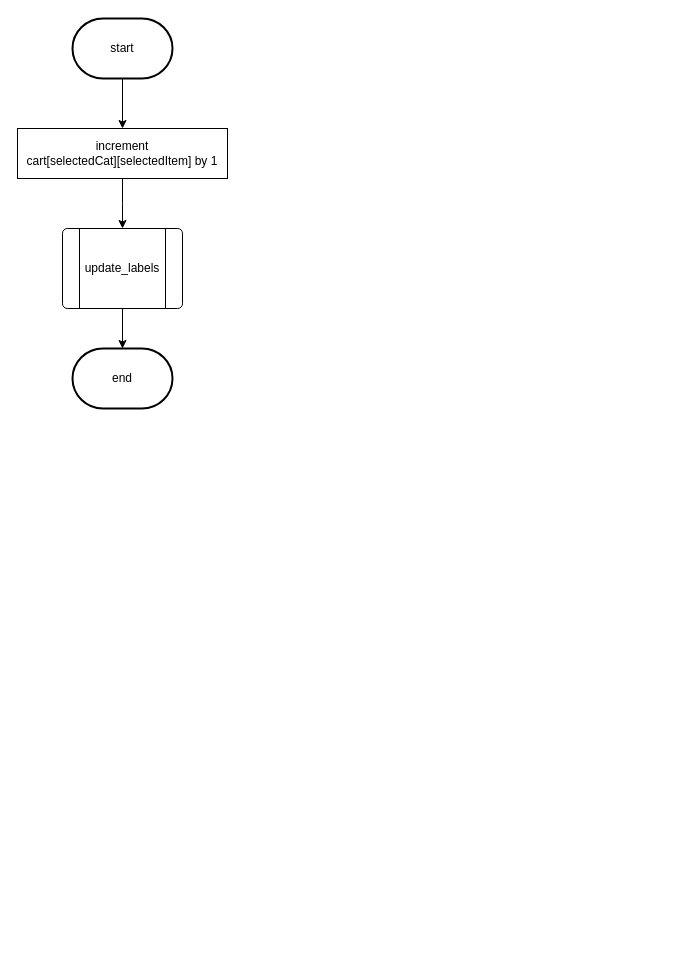
The draw.io diagram plus_subtract_button.drawio in thisisnich/projectFlowCharts, before the edit. Source tidied: cells renumbered, new cells numbered last; positions are measured from the earlier drawing's top-left corner, leaving out a move shared by most shapes. Both pictures are drawn from the tidied source at 100%, with x=0, y=0 at pixel (17, 18).
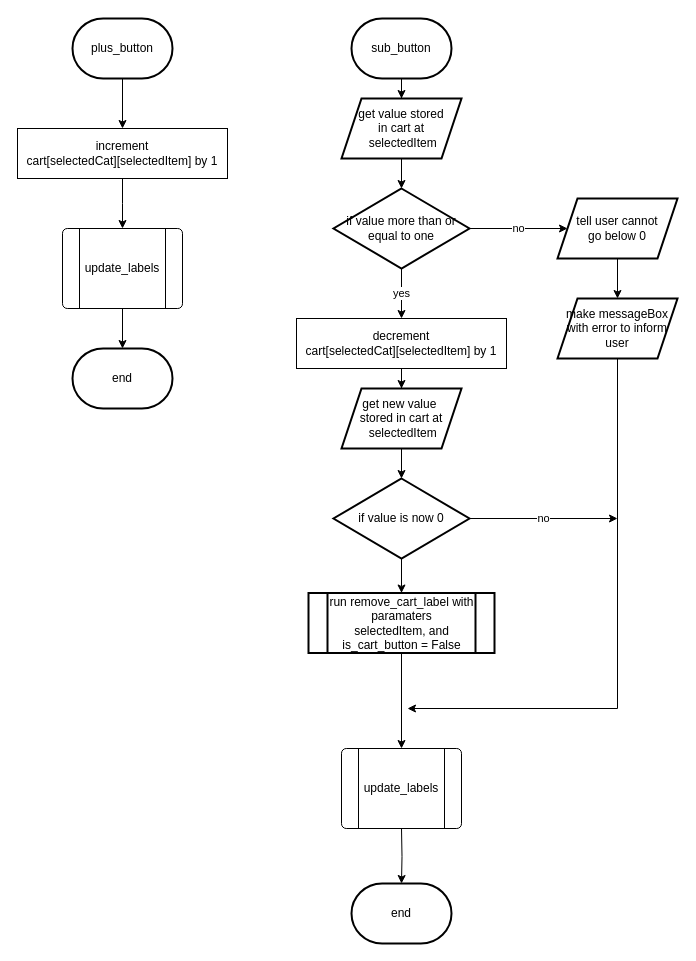
Above is the later version.

Change to the diagram source:
```diff
@@
-    <mxCell id="5" value="start" style="strokeWidth=2;html=1;shape=mxgraph.flowchart.terminator;whiteSpace=wrap;" parent="1" vertex="1">
+    <mxCell id="5" value="plus_button" style="strokeWidth=2;html=1;shape=mxgraph.flowchart.terminator;whiteSpace=wrap;" parent="1" vertex="1">
       <mxGeometry x="55" width="100" height="60" as="geometry" />
     </mxCell>
@@
+    <mxCell id="10" style="edgeStyle=orthogonalEdgeStyle;rounded=0;jettySize=auto;html=1;" parent="1" edge="1" source="11" target="29">
+      <mxGeometry relative="1" as="geometry" />
+    </mxCell>
+    <mxCell id="11" value="&lt;div&gt;decrement&lt;/div&gt;&lt;div&gt;cart[selectedCat][selectedItem] by 1&lt;/div&gt;" style="rounded=0;whiteSpace=wrap;html=1;" parent="1" vertex="1">
+      <mxGeometry x="279" y="300" width="210" height="50" as="geometry" />
+    </mxCell>
+    <mxCell id="12" style="edgeStyle=orthogonalEdgeStyle;rounded=0;jettySize=auto;html=1;" parent="1" edge="1" source="13" target="22">
+      <mxGeometry relative="1" as="geometry" />
+    </mxCell>
+    <mxCell id="13" value="sub_button" style="strokeWidth=2;html=1;shape=mxgraph.flowchart.terminator;whiteSpace=wrap;" parent="1" vertex="1">
+      <mxGeometry x="334" width="100" height="60" as="geometry" />
+    </mxCell>
+    <mxCell id="14" value="end" style="strokeWidth=2;html=1;shape=mxgraph.flowchart.terminator;whiteSpace=wrap;" parent="1" vertex="1">
+      <mxGeometry x="334" y="865" width="100" height="60" as="geometry" />
+    </mxCell>
+    <mxCell id="15" style="verticalLabelPosition=bottom;verticalAlign=top;html=1;shape=process;whiteSpace=wrap;rounded=1;size=0.14;arcSize=6;" parent="1" vertex="1">
+      <mxGeometry x="324" y="730" width="120" height="80" as="geometry" />
+    </mxCell>
+    <mxCell id="16" value="update_labels" style="text;html=1;align=center;verticalAlign=middle;whiteSpace=wrap;rounded=0;" parent="1" vertex="1">
+      <mxGeometry x="354" y="755" width="60" height="30" as="geometry" />
+    </mxCell>
+    <mxCell id="17" style="edgeStyle=orthogonalEdgeStyle;rounded=0;jettySize=auto;html=1;exitX=0.5;exitY=1;exitDx=0;exitDy=0;entryX=0.5;entryY=0;entryDx=0;entryDy=0;entryPerimeter=0;" parent="1" edge="1" target="14">
+      <mxGeometry relative="1" as="geometry">
+        <mxPoint x="384" y="810" as="sourcePoint" />
+      </mxGeometry>
+    </mxCell>
+    <mxCell id="18" value="&lt;div&gt;no&lt;/div&gt;" style="edgeStyle=orthogonalEdgeStyle;rounded=0;jettySize=auto;html=1;" parent="1" edge="1" source="20" target="24">
+      <mxGeometry relative="1" as="geometry" />
+    </mxCell>
+    <mxCell id="19" value="yes" style="edgeStyle=orthogonalEdgeStyle;rounded=0;jettySize=auto;html=1;" parent="1" edge="1" source="20" target="11">
+      <mxGeometry relative="1" as="geometry" />
+    </mxCell>
+    <mxCell id="20" value="&lt;div&gt;if value more than or&lt;/div&gt;&lt;div&gt;equal to one&lt;br&gt;&lt;/div&gt;" style="rhombus;whiteSpace=wrap;html=1;strokeWidth=2;" parent="1" vertex="1">
+      <mxGeometry x="316" y="170" width="136" height="80" as="geometry" />
+    </mxCell>
+    <mxCell id="21" style="edgeStyle=orthogonalEdgeStyle;rounded=0;jettySize=auto;html=1;" parent="1" edge="1" source="22" target="20">
+      <mxGeometry relative="1" as="geometry" />
+    </mxCell>
+    <mxCell id="22" value="&lt;div&gt;get value stored &lt;br&gt;&lt;/div&gt;&lt;div&gt;in cart at&lt;/div&gt;&lt;div&gt;&amp;nbsp;selectedItem&lt;br&gt;&lt;/div&gt;" style="shape=parallelogram;perimeter=parallelogramPerimeter;whiteSpace=wrap;html=1;fixedSize=1;strokeWidth=2;" parent="1" vertex="1">
+      <mxGeometry x="324" y="80" width="120" height="60" as="geometry" />
+    </mxCell>
+    <mxCell id="23" style="edgeStyle=orthogonalEdgeStyle;rounded=0;jettySize=auto;html=1;entryX=0.5;entryY=0;entryDx=0;entryDy=0;" parent="1" edge="1" source="24" target="33">
+      <mxGeometry relative="1" as="geometry" />
+    </mxCell>
+    <mxCell id="24" value="&lt;div&gt;tell user cannot &lt;br&gt;&lt;/div&gt;&lt;div&gt;go below 0&lt;br&gt;&lt;/div&gt;" style="shape=parallelogram;perimeter=parallelogramPerimeter;whiteSpace=wrap;html=1;fixedSize=1;strokeWidth=2;" parent="1" vertex="1">
+      <mxGeometry x="540" y="180" width="120" height="60" as="geometry" />
+    </mxCell>
+    <mxCell id="25" value="no" style="edgeStyle=orthogonalEdgeStyle;rounded=0;jettySize=auto;html=1;" parent="1" edge="1" source="27">
+      <mxGeometry relative="1" as="geometry">
+        <mxPoint x="600" y="500" as="targetPoint" />
+      </mxGeometry>
+    </mxCell>
+    <mxCell id="26" style="edgeStyle=orthogonalEdgeStyle;rounded=0;jettySize=auto;html=1;" parent="1" edge="1" source="27" target="31">
+      <mxGeometry relative="1" as="geometry" />
+    </mxCell>
+    <mxCell id="27" value="&lt;div&gt;if value is now 0&lt;br&gt;&lt;/div&gt;" style="rhombus;whiteSpace=wrap;html=1;strokeWidth=2;" parent="1" vertex="1">
+      <mxGeometry x="316" y="460" width="136" height="80" as="geometry" />
+    </mxCell>
+    <mxCell id="28" style="edgeStyle=orthogonalEdgeStyle;rounded=0;jettySize=auto;html=1;" parent="1" edge="1" source="29" target="27">
+      <mxGeometry relative="1" as="geometry" />
+    </mxCell>
+    <mxCell id="29" value="&lt;div&gt;get new value&amp;nbsp;&lt;/div&gt;&lt;div&gt;stored in cart at&lt;/div&gt;&lt;div&gt;&amp;nbsp;selectedItem&lt;br&gt;&lt;/div&gt;" style="shape=parallelogram;perimeter=parallelogramPerimeter;whiteSpace=wrap;html=1;fixedSize=1;strokeWidth=2;" parent="1" vertex="1">
+      <mxGeometry x="324" y="370" width="120" height="60" as="geometry" />
+    </mxCell>
+    <mxCell id="30" style="edgeStyle=orthogonalEdgeStyle;rounded=0;jettySize=auto;html=1;entryX=0.5;entryY=0;entryDx=0;entryDy=0;" parent="1" edge="1" source="31" target="15">
+      <mxGeometry relative="1" as="geometry" />
+    </mxCell>
+    <mxCell id="31" value="&lt;div&gt;run remove_cart_label with paramaters&lt;/div&gt;&lt;div&gt;selectedItem, and is_cart_button = False&lt;br&gt;&lt;/div&gt;" style="shape=process;whiteSpace=wrap;html=1;backgroundOutline=1;strokeWidth=2;" parent="1" vertex="1">
+      <mxGeometry x="291" y="574.5" width="186" height="60" as="geometry" />
+    </mxCell>
+    <mxCell id="32" style="edgeStyle=orthogonalEdgeStyle;rounded=0;jettySize=auto;html=1;" parent="1" edge="1" source="33">
+      <mxGeometry relative="1" as="geometry">
+        <mxPoint x="390" y="690" as="targetPoint" />
+        <Array as="points">
+          <mxPoint x="600" y="690" />
+        </Array>
+      </mxGeometry>
+    </mxCell>
+    <mxCell id="33" value="&lt;div&gt;make messageBox&lt;/div&gt;&lt;div&gt;with error to inform user&lt;br&gt;&lt;/div&gt;" style="shape=parallelogram;perimeter=parallelogramPerimeter;whiteSpace=wrap;html=1;fixedSize=1;strokeWidth=2;" parent="1" vertex="1">
+      <mxGeometry x="540" y="280" width="120" height="60" as="geometry" />
+    </mxCell>
```
